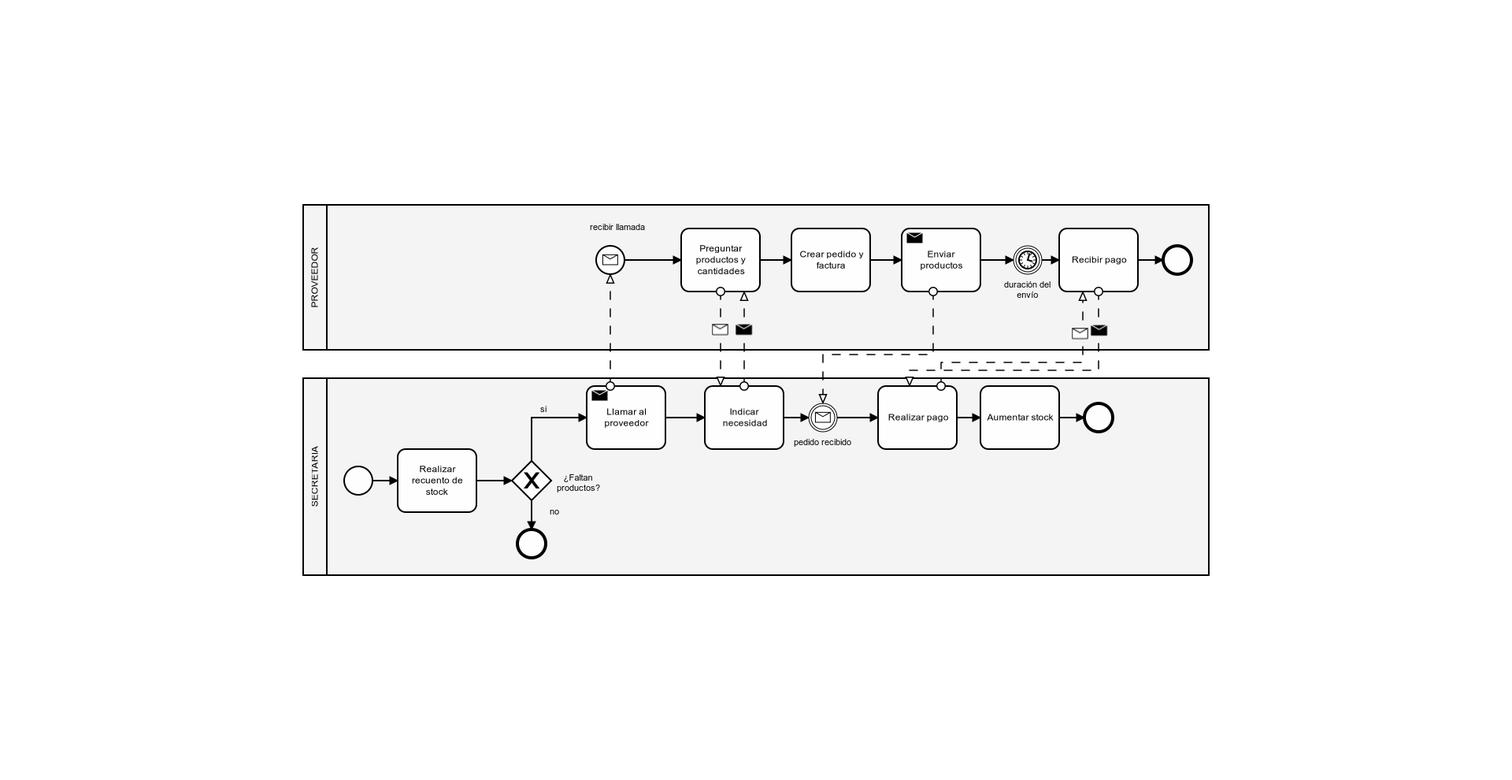
Jesusjbs/clinicaDental-ir keeps this BPMN diagram as Remus/doc/images/Solicitud de Stock.png. Above is the earlier version. Its source is kept beside it as Procesos de negocio actuales/Solicitud de stock.bpmn. Ids are renumbered.
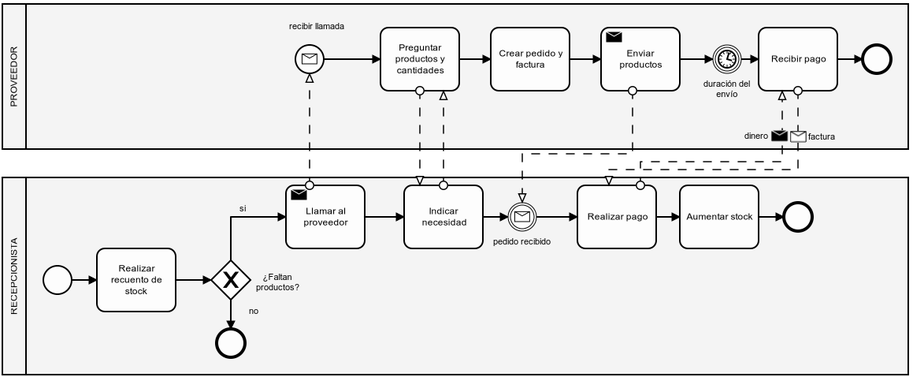
The same diagram one commit later.

Commit message:
Añadida factura y diagramas corregidos

What changed in the source:
```diff
@@ -1,13 +1,13 @@
 <bpmn:definitions xmlns:xsi="http://www.w3.org/2001/XMLSchema-instance" xmlns:bpmn="http://www.omg.org/spec/BPMN/20100524/MODEL" xmlns:bpmndi="http://www.omg.org/spec/BPMN/20100524/DI" xmlns:dc="http://www.omg.org/spec/DD/20100524/DC" xmlns:di="http://www.omg.org/spec/DD/20100524/DI" id="Definitions_n1" targetNamespace="http://bpmn.io/schema/bpmn" exporter="bpmn-js (https://demo.bpmn.io)" exporterVersion="7.3.0">
   <bpmn:collaboration id="Collaboration_n2">
     <bpmn:participant id="Participant_n3" name="PROVEEDOR" processRef="Process_n4" />
-    <bpmn:participant id="Participant_n5" name="SECRETARIA" processRef="Process_n6" />
+    <bpmn:participant id="Participant_n5" name="RECEPCIONISTA" processRef="Process_n6" />
     <bpmn:messageFlow id="Flow_n7" sourceRef="Activity_n8" targetRef="Activity_n9" />
     <bpmn:messageFlow id="Flow_n10" sourceRef="Activity_n9" targetRef="Activity_n8" />
-    <bpmn:messageFlow id="Flow_n11" sourceRef="Activity_n12" targetRef="Activity_n13" />
+    <bpmn:messageFlow id="Flow_n11" name="factura" sourceRef="Activity_n12" targetRef="Activity_n13" />
     <bpmn:messageFlow id="Flow_n14" sourceRef="Activity_n15" targetRef="Event_n16" />
     <bpmn:messageFlow id="Flow_n17" sourceRef="Activity_n18" targetRef="Event_n19" />
-    <bpmn:messageFlow id="Flow_n20" sourceRef="Activity_n13" targetRef="Activity_n12" />
+    <bpmn:messageFlow id="Flow_n20" name="dinero" sourceRef="Activity_n13" targetRef="Activity_n12" />
   </bpmn:collaboration>
   <bpmn:process id="Process_n4" isExecutable="false">
     <bpmn:startEvent id="Event_n16" name="recibir llamada">
@@ -97,28 +97,77 @@
   </bpmn:process>
   <bpmndi:BPMNDiagram id="BPMNDiagram_1">
     <bpmndi:BPMNPlane id="BPMNPlane_1" bpmnElement="Collaboration_n2">
+      <bpmndi:BPMNShape id="Participant_n3_di" bpmnElement="Participant_n3" isHorizontal="true">
+        <dc:Bounds x="150" y="40" width="1150" height="184" />
+      </bpmndi:BPMNShape>
+      <bpmndi:BPMNEdge id="Flow_n21_di" bpmnElement="Flow_n21">
+        <di:waypoint x="558" y="110" />
+        <di:waypoint x="630" y="110" />
+      </bpmndi:BPMNEdge>
+      <bpmndi:BPMNEdge id="Flow_n23_di" bpmnElement="Flow_n23">
+        <di:waypoint x="730" y="110" />
+        <di:waypoint x="770" y="110" />
+      </bpmndi:BPMNEdge>
+      <bpmndi:BPMNEdge id="Flow_n24_di" bpmnElement="Flow_n24">
+        <di:waypoint x="870" y="110" />
+        <di:waypoint x="910" y="110" />
+      </bpmndi:BPMNEdge>
+      <bpmndi:BPMNEdge id="Flow_n25_di" bpmnElement="Flow_n25">
+        <di:waypoint x="1010" y="110" />
+        <di:waypoint x="1052" y="110" />
+      </bpmndi:BPMNEdge>
+      <bpmndi:BPMNEdge id="Flow_n28_di" bpmnElement="Flow_n28">
+        <di:waypoint x="1088" y="110" />
+        <di:waypoint x="1110" y="110" />
+      </bpmndi:BPMNEdge>
+      <bpmndi:BPMNEdge id="Flow_n30_di" bpmnElement="Flow_n30">
+        <di:waypoint x="1210" y="110" />
+        <di:waypoint x="1242" y="110" />
+      </bpmndi:BPMNEdge>
+      <bpmndi:BPMNShape id="Event_1dnjbw1_di" bpmnElement="Event_n16">
+        <dc:Bounds x="522" y="92" width="36" height="36" />
+        <bpmndi:BPMNLabel>
+          <dc:Bounds x="513" y="62" width="73" height="14" />
+        </bpmndi:BPMNLabel>
+      </bpmndi:BPMNShape>
+      <bpmndi:BPMNShape id="Activity_12tg6f8_di" bpmnElement="Activity_n8">
+        <dc:Bounds x="630" y="70" width="100" height="80" />
+      </bpmndi:BPMNShape>
+      <bpmndi:BPMNShape id="Activity_1296l7r_di" bpmnElement="Activity_n18">
+        <dc:Bounds x="910" y="70" width="100" height="80" />
+      </bpmndi:BPMNShape>
+      <bpmndi:BPMNShape id="Activity_193k2kw_di" bpmnElement="Activity_n26">
+        <dc:Bounds x="770" y="70" width="100" height="80" />
+      </bpmndi:BPMNShape>
+      <bpmndi:BPMNShape id="Event_0r53s7c_di" bpmnElement="Event_n27">
+        <dc:Bounds x="1052" y="92" width="36" height="36" />
+        <bpmndi:BPMNLabel>
+          <dc:Bounds x="1040" y="135" width="60" height="27" />
+        </bpmndi:BPMNLabel>
+      </bpmndi:BPMNShape>
+      <bpmndi:BPMNShape id="Activity_08ssko9_di" bpmnElement="Activity_n13">
+        <dc:Bounds x="1110" y="70" width="100" height="80" />
+      </bpmndi:BPMNShape>
+      <bpmndi:BPMNShape id="Event_n31_di" bpmnElement="Event_n31">
+        <dc:Bounds x="1242" y="92" width="36" height="36" />
+      </bpmndi:BPMNShape>
       <bpmndi:BPMNShape id="Participant_n5_di" bpmnElement="Participant_n5" isHorizontal="true">
         <dc:Bounds x="150" y="260" width="1150" height="250" />
       </bpmndi:BPMNShape>
-      <bpmndi:BPMNEdge id="Flow_n33_di" bpmnElement="Flow_n33">
-        <di:waypoint x="1110" y="310" />
-        <di:waypoint x="1142" y="310" />
+      <bpmndi:BPMNEdge id="Flow_n46_di" bpmnElement="Flow_n46">
+        <di:waypoint x="238" y="390" />
+        <di:waypoint x="270" y="390" />
       </bpmndi:BPMNEdge>
-      <bpmndi:BPMNEdge id="Flow_n35_di" bpmnElement="Flow_n35">
-        <di:waypoint x="980" y="310" />
-        <di:waypoint x="1010" y="310" />
+      <bpmndi:BPMNEdge id="Flow_n43_di" bpmnElement="Flow_n43">
+        <di:waypoint x="440" y="415" />
+        <di:waypoint x="440" y="452" />
+        <bpmndi:BPMNLabel>
+          <dc:Bounds x="463" y="423" width="13" height="14" />
+        </bpmndi:BPMNLabel>
       </bpmndi:BPMNEdge>
-      <bpmndi:BPMNEdge id="Flow_n36_di" bpmnElement="Flow_n36">
-        <di:waypoint x="828" y="310" />
-        <di:waypoint x="880" y="310" />
-      </bpmndi:BPMNEdge>
-      <bpmndi:BPMNEdge id="Flow_n37_di" bpmnElement="Flow_n37">
-        <di:waypoint x="760" y="310" />
-        <di:waypoint x="792" y="310" />
-      </bpmndi:BPMNEdge>
-      <bpmndi:BPMNEdge id="Flow_n39_di" bpmnElement="Flow_n39">
-        <di:waypoint x="610" y="310" />
-        <di:waypoint x="660" y="310" />
+      <bpmndi:BPMNEdge id="Flow_n42_di" bpmnElement="Flow_n42">
+        <di:waypoint x="370" y="390" />
+        <di:waypoint x="415" y="390" />
       </bpmndi:BPMNEdge>
       <bpmndi:BPMNEdge id="Flow_n40_di" bpmnElement="Flow_n40">
         <di:waypoint x="440" y="365" />
@@ -128,20 +177,25 @@
           <dc:Bounds x="451" y="293" width="8" height="14" />
         </bpmndi:BPMNLabel>
       </bpmndi:BPMNEdge>
-      <bpmndi:BPMNEdge id="Flow_n42_di" bpmnElement="Flow_n42">
-        <di:waypoint x="370" y="390" />
-        <di:waypoint x="415" y="390" />
+      <bpmndi:BPMNEdge id="Flow_n39_di" bpmnElement="Flow_n39">
+        <di:waypoint x="610" y="310" />
+        <di:waypoint x="660" y="310" />
       </bpmndi:BPMNEdge>
-      <bpmndi:BPMNEdge id="Flow_n43_di" bpmnElement="Flow_n43">
-        <di:waypoint x="440" y="415" />
-        <di:waypoint x="440" y="452" />
-        <bpmndi:BPMNLabel>
-          <dc:Bounds x="463" y="423" width="13" height="14" />
-        </bpmndi:BPMNLabel>
+      <bpmndi:BPMNEdge id="Flow_n37_di" bpmnElement="Flow_n37">
+        <di:waypoint x="760" y="310" />
+        <di:waypoint x="792" y="310" />
       </bpmndi:BPMNEdge>
-      <bpmndi:BPMNEdge id="Flow_n46_di" bpmnElement="Flow_n46">
-        <di:waypoint x="238" y="390" />
-        <di:waypoint x="270" y="390" />
+      <bpmndi:BPMNEdge id="Flow_n36_di" bpmnElement="Flow_n36">
+        <di:waypoint x="828" y="310" />
+        <di:waypoint x="880" y="310" />
+      </bpmndi:BPMNEdge>
+      <bpmndi:BPMNEdge id="Flow_n35_di" bpmnElement="Flow_n35">
+        <di:waypoint x="980" y="310" />
+        <di:waypoint x="1010" y="310" />
+      </bpmndi:BPMNEdge>
+      <bpmndi:BPMNEdge id="Flow_n33_di" bpmnElement="Flow_n33">
+        <di:waypoint x="1110" y="310" />
+        <di:waypoint x="1142" y="310" />
       </bpmndi:BPMNEdge>
       <bpmndi:BPMNShape id="Event_n32_di" bpmnElement="Event_n32">
         <dc:Bounds x="1142" y="292" width="36" height="36" />
@@ -179,60 +233,6 @@
       <bpmndi:BPMNShape id="Event_n47_di" bpmnElement="Event_n47">
         <dc:Bounds x="202" y="372" width="36" height="36" />
       </bpmndi:BPMNShape>
-      <bpmndi:BPMNShape id="Participant_n3_di" bpmnElement="Participant_n3" isHorizontal="true">
-        <dc:Bounds x="150" y="40" width="1150" height="184" />
-      </bpmndi:BPMNShape>
-      <bpmndi:BPMNEdge id="Flow_n30_di" bpmnElement="Flow_n30">
-        <di:waypoint x="1210" y="110" />
-        <di:waypoint x="1242" y="110" />
-      </bpmndi:BPMNEdge>
-      <bpmndi:BPMNEdge id="Flow_n28_di" bpmnElement="Flow_n28">
-        <di:waypoint x="1088" y="110" />
-        <di:waypoint x="1110" y="110" />
-      </bpmndi:BPMNEdge>
-      <bpmndi:BPMNEdge id="Flow_n25_di" bpmnElement="Flow_n25">
-        <di:waypoint x="1010" y="110" />
-        <di:waypoint x="1052" y="110" />
-      </bpmndi:BPMNEdge>
-      <bpmndi:BPMNEdge id="Flow_n24_di" bpmnElement="Flow_n24">
-        <di:waypoint x="870" y="110" />
-        <di:waypoint x="910" y="110" />
-      </bpmndi:BPMNEdge>
-      <bpmndi:BPMNEdge id="Flow_n23_di" bpmnElement="Flow_n23">
-        <di:waypoint x="730" y="110" />
-        <di:waypoint x="770" y="110" />
-      </bpmndi:BPMNEdge>
-      <bpmndi:BPMNEdge id="Flow_n21_di" bpmnElement="Flow_n21">
-        <di:waypoint x="558" y="110" />
-        <di:waypoint x="630" y="110" />
-      </bpmndi:BPMNEdge>
-      <bpmndi:BPMNShape id="Event_1dnjbw1_di" bpmnElement="Event_n16">
-        <dc:Bounds x="522" y="92" width="36" height="36" />
-        <bpmndi:BPMNLabel>
-          <dc:Bounds x="513" y="62" width="73" height="14" />
-        </bpmndi:BPMNLabel>
-      </bpmndi:BPMNShape>
-      <bpmndi:BPMNShape id="Activity_12tg6f8_di" bpmnElement="Activity_n8">
-        <dc:Bounds x="630" y="70" width="100" height="80" />
-      </bpmndi:BPMNShape>
-      <bpmndi:BPMNShape id="Activity_1296l7r_di" bpmnElement="Activity_n18">
-        <dc:Bounds x="910" y="70" width="100" height="80" />
-      </bpmndi:BPMNShape>
-      <bpmndi:BPMNShape id="Activity_193k2kw_di" bpmnElement="Activity_n26">
-        <dc:Bounds x="770" y="70" width="100" height="80" />
-      </bpmndi:BPMNShape>
-      <bpmndi:BPMNShape id="Event_0r53s7c_di" bpmnElement="Event_n27">
-        <dc:Bounds x="1052" y="92" width="36" height="36" />
-        <bpmndi:BPMNLabel>
-          <dc:Bounds x="1040" y="135" width="60" height="27" />
-        </bpmndi:BPMNLabel>
-      </bpmndi:BPMNShape>
-      <bpmndi:BPMNShape id="Activity_08ssko9_di" bpmnElement="Activity_n13">
-        <dc:Bounds x="1110" y="70" width="100" height="80" />
-      </bpmndi:BPMNShape>
-      <bpmndi:BPMNShape id="Event_n31_di" bpmnElement="Event_n31">
-        <dc:Bounds x="1242" y="92" width="36" height="36" />
-      </bpmndi:BPMNShape>
       <bpmndi:BPMNEdge id="Flow_n7_di" bpmnElement="Flow_n7">
         <di:waypoint x="680" y="150" />
         <di:waypoint x="680" y="270" />
@@ -246,6 +246,9 @@
         <di:waypoint x="960" y="240" />
         <di:waypoint x="1140" y="240" />
         <di:waypoint x="1140" y="150" />
+        <bpmndi:BPMNLabel>
+          <dc:Bounds x="1173" y="202" width="34" height="14" />
+        </bpmndi:BPMNLabel>
       </bpmndi:BPMNEdge>
       <bpmndi:BPMNEdge id="Flow_n14_di" bpmnElement="Flow_n14">
         <di:waypoint x="540" y="270" />
@@ -262,6 +265,9 @@
         <di:waypoint x="1160" y="250" />
         <di:waypoint x="920" y="250" />
         <di:waypoint x="920" y="270" />
+        <bpmndi:BPMNLabel>
+          <dc:Bounds x="1092" y="201" width="31" height="14" />
+        </bpmndi:BPMNLabel>
       </bpmndi:BPMNEdge>
     </bpmndi:BPMNPlane>
   </bpmndi:BPMNDiagram>
```
